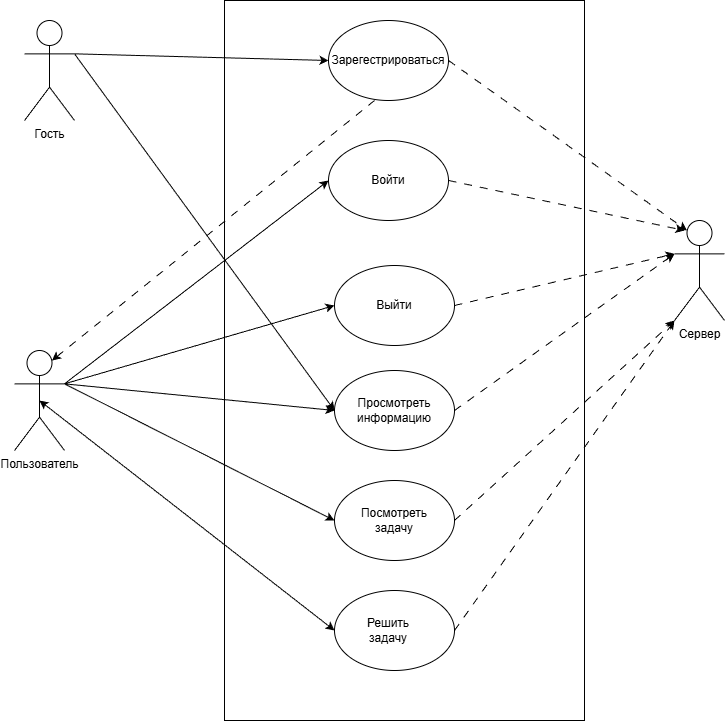
lububu-ai/DreamTeam keeps this draw.io diagram as diargamma/Use-Case.drawio.png. Above is the earlier version. Source tidied: cells renumbered, new cells last; positions are measured from the earlier drawing's top-left corner, leaving out a move shared by most shapes.
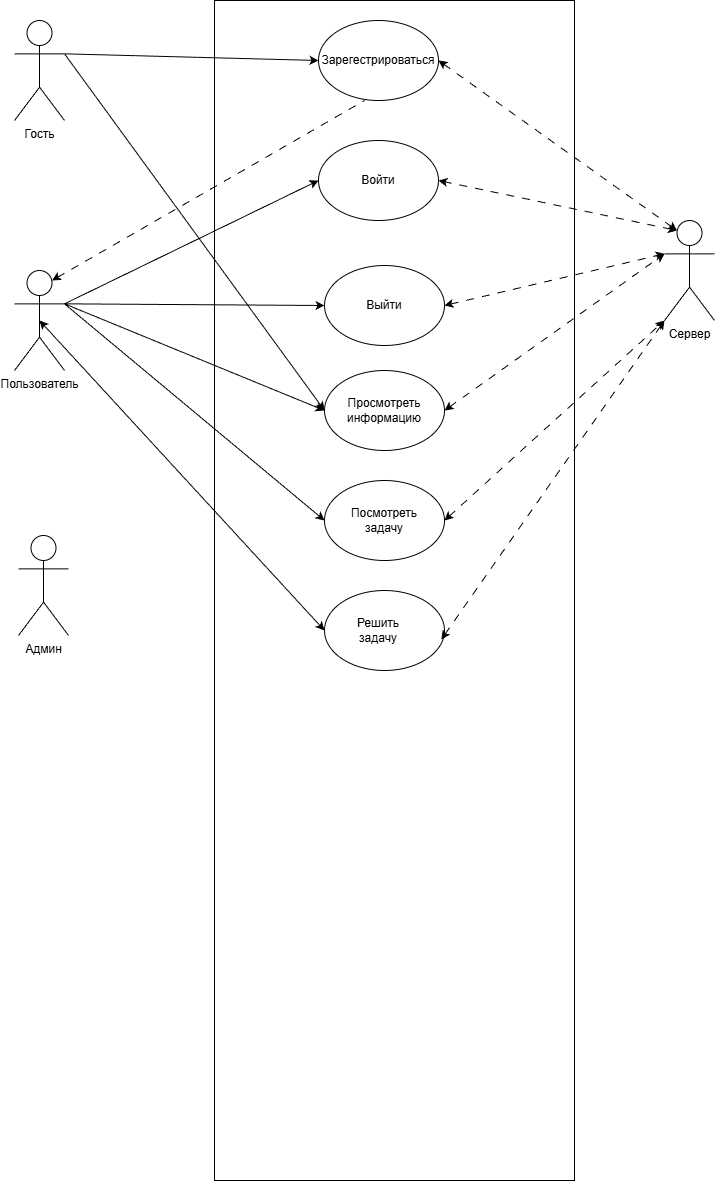
The same diagram one commit later.

Change to the diagram source:
```diff
@@ -3,13 +3,13 @@
     <mxCell id="0" />
     <mxCell id="1" parent="0" />
     <mxCell id="2" style="rounded=0;whiteSpace=wrap;html=1;" parent="1" vertex="1">
-      <mxGeometry x="210" width="360" height="720" as="geometry" />
+      <mxGeometry x="210" width="360" height="1180" as="geometry" />
     </mxCell>
     <mxCell id="3" value="Гость" style="shape=umlActor;verticalLabelPosition=bottom;verticalAlign=top;html=1;outlineConnect=0;" parent="1" vertex="1">
       <mxGeometry x="10" y="20" width="50" height="100" as="geometry" />
     </mxCell>
     <mxCell id="4" value="Пользователь" style="shape=umlActor;verticalLabelPosition=bottom;verticalAlign=top;html=1;outlineConnect=0;" parent="1" vertex="1">
-      <mxGeometry y="350" width="50" height="100" as="geometry" />
+      <mxGeometry x="10" y="270" width="50" height="100" as="geometry" />
     </mxCell>
     <mxCell id="5" value="&lt;div&gt;Сервер&lt;/div&gt;" style="shape=umlActor;verticalLabelPosition=bottom;verticalAlign=top;html=1;outlineConnect=0;" parent="1" vertex="1">
       <mxGeometry x="660" y="220" width="50" height="100" as="geometry" />
@@ -85,26 +85,25 @@
     <mxCell id="28" style="endArrow=classic;startArrow=classic;html=1;rounded=0;entryX=0;entryY=0.5;entryDx=0;entryDy=0;exitX=0.5;exitY=0.5;exitDx=0;exitDy=0;exitPerimeter=0;" parent="1" edge="1" source="4" target="20">
       <mxGeometry relative="1" as="geometry" />
     </mxCell>
+    <mxCell id="35" value="Админ" style="shape=umlActor;verticalLabelPosition=bottom;verticalAlign=top;html=1;" parent="1" vertex="1">
+      <mxGeometry x="14" y="535" width="50" height="100" as="geometry" />
+    </mxCell>
-    <mxCell id="29" style="endArrow=classic;html=1;rounded=0;entryX=0.25;entryY=0.1;entryDx=0;entryDy=0;entryPerimeter=0;exitX=1;exitY=0.5;exitDx=0;exitDy=0;dashed=1;dashPattern=8 8;" parent="1" edge="1" source="7" target="5">
+    <mxCell id="29" style="endArrow=classic;startArrow=classic;html=1;rounded=0;exitX=1;exitY=0.5;exitDx=0;exitDy=0;entryX=0.25;entryY=0.1;entryDx=0;entryDy=0;entryPerimeter=0;dashed=1;dashPattern=8 8;" parent="1" edge="1" source="7" target="5">
       <mxGeometry relative="1" as="geometry" />
     </mxCell>
-    <mxCell id="30" style="endArrow=classic;html=1;rounded=0;exitX=1;exitY=0.5;exitDx=0;exitDy=0;dashed=1;dashPattern=8 8;" parent="1" edge="1" source="16">
-      <mxGeometry relative="1" as="geometry">
-        <mxPoint x="670" y="230" as="targetPoint" />
-      </mxGeometry>
-    </mxCell>
+    <mxCell id="36" style="endArrow=classic;startArrow=classic;html=1;rounded=0;entryX=1;entryY=0.5;entryDx=0;entryDy=0;exitX=0.25;exitY=0.1;exitDx=0;exitDy=0;exitPerimeter=0;dashed=1;dashPattern=8 8;" parent="1" edge="1" source="5" target="16">
+      <mxGeometry relative="1" as="geometry" />
+    </mxCell>
-    <mxCell id="31" style="endArrow=classic;html=1;rounded=0;entryX=0;entryY=0.3333333333333333;entryDx=0;entryDy=0;entryPerimeter=0;exitX=1;exitY=0.5;exitDx=0;exitDy=0;dashed=1;dashPattern=8 8;" parent="1" edge="1" source="11" target="5">
+    <mxCell id="31" style="endArrow=classic;startArrow=classic;html=1;rounded=0;entryX=0;entryY=0.3333333333333333;entryDx=0;entryDy=0;entryPerimeter=0;exitX=1;exitY=0.5;exitDx=0;exitDy=0;dashed=1;dashPattern=8 8;" parent="1" edge="1" source="11" target="5">
       <mxGeometry relative="1" as="geometry" />
     </mxCell>
-    <mxCell id="32" style="endArrow=classic;html=1;rounded=0;entryX=0;entryY=0.3333333333333333;entryDx=0;entryDy=0;entryPerimeter=0;dashed=1;dashPattern=8 8;" parent="1" edge="1" target="5">
-      <mxGeometry relative="1" as="geometry">
-        <mxPoint x="440" y="410" as="sourcePoint" />
-      </mxGeometry>
-    </mxCell>
+    <mxCell id="37" style="endArrow=classic;startArrow=classic;html=1;rounded=0;entryX=0;entryY=0.3333333333333333;entryDx=0;entryDy=0;entryPerimeter=0;exitX=1;exitY=0.5;exitDx=0;exitDy=0;dashed=1;dashPattern=8 8;" parent="1" edge="1" source="14" target="5">
+      <mxGeometry relative="1" as="geometry" />
+    </mxCell>
-    <mxCell id="33" style="endArrow=classic;html=1;rounded=0;entryX=0;entryY=1;entryDx=0;entryDy=0;entryPerimeter=0;exitX=1;exitY=0.5;exitDx=0;exitDy=0;dashed=1;dashPattern=8 8;" parent="1" edge="1" source="18" target="5">
+    <mxCell id="33" style="endArrow=classic;startArrow=classic;html=1;rounded=0;entryX=0;entryY=1;entryDx=0;entryDy=0;entryPerimeter=0;exitX=1;exitY=0.5;exitDx=0;exitDy=0;dashed=1;dashPattern=8 8;" parent="1" edge="1" source="18" target="5">
       <mxGeometry relative="1" as="geometry" />
     </mxCell>
-    <mxCell id="34" style="endArrow=classic;html=1;rounded=0;exitX=1;exitY=0.5;exitDx=0;exitDy=0;entryX=0;entryY=1;entryDx=0;entryDy=0;entryPerimeter=0;dashed=1;dashPattern=8 8;" parent="1" edge="1" source="20" target="5">
+    <mxCell id="34" style="endArrow=classic;startArrow=classic;html=1;rounded=0;entryX=0;entryY=1;entryDx=0;entryDy=0;entryPerimeter=0;exitX=0.974;exitY=0.611;exitDx=0;exitDy=0;exitPerimeter=0;dashed=1;dashPattern=8 8;" parent="1" edge="1" source="20" target="5">
       <mxGeometry relative="1" as="geometry" />
     </mxCell>
   </root>
```
